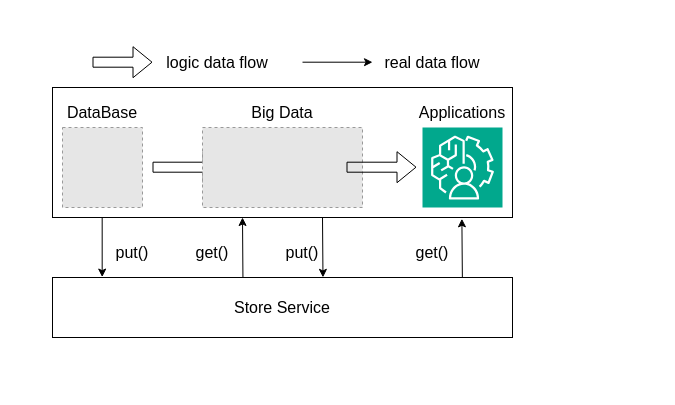
Before: 3m_paper/usecase.drawio in linqinluli/picture_draw, a draw.io diagram. Source tidied: cells renumbered, new cells numbered last; positions are measured from the earlier drawing's top-left corner, leaving out a move shared by most shapes. Both pictures are drawn from the tidied source at 100%, with x=0, y=0 at pixel (52, 47). Pictures stored in the file or linked from it are replaced by grey dashed boxes.
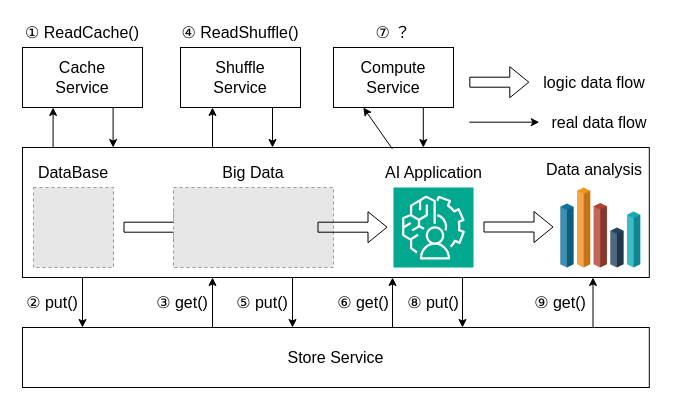
Above is the later version.

Diff of the diagram source:
```diff
@@
     <mxCell id="2" style="rounded=0;whiteSpace=wrap;html=1;" parent="1" vertex="1">
-      <mxGeometry y="40" width="460" height="130" as="geometry" />
+      <mxGeometry x="-30" y="100" width="626.8" height="130" as="geometry" />
     </mxCell>
     <mxCell id="3" style="shape=flexArrow;endArrow=classic;html=1;rounded=0;exitX=1;exitY=0.5;exitDx=0;exitDy=0;entryX=0;entryY=0.5;entryDx=0;entryDy=0;fontSize=16;" parent="1" edge="1">
       <mxGeometry relative="1" as="geometry">
-        <mxPoint x="100" y="119.7" as="sourcePoint" />
-        <mxPoint x="170" y="119.7" as="targetPoint" />
+        <mxPoint x="71" y="179.7" as="sourcePoint" />
+        <mxPoint x="141" y="179.7" as="targetPoint" />
       </mxGeometry>
     </mxCell>
     <mxCell id="4" style="fillColor=#E6E6E6;strokeColor=#999999;dashed=1;verticalLabelPosition=bottom;labelBackgroundColor=default;verticalAlign=top;fontSize=16;" parent="1" vertex="1">
-      <mxGeometry x="150" y="80" width="160" height="80" as="geometry" />
+      <mxGeometry x="121" y="140" width="160" height="80" as="geometry" />
     </mxCell>
     <mxCell id="5" style="sketch=0;fontColor=#232F3E;fillColor=#01A88D;strokeColor=#ffffff;dashed=0;verticalLabelPosition=bottom;verticalAlign=top;align=center;html=1;fontSize=16;fontStyle=0;shape=mxgraph.aws4.resourceIcon;resIcon=mxgraph.aws4.augmented_ai;" parent="1" vertex="1">
-      <mxGeometry x="370" y="80" width="80" height="80" as="geometry" />
+      <mxGeometry x="341" y="140" width="80" height="80" as="geometry" />
     </mxCell>
     <mxCell id="6" style="shape=flexArrow;endArrow=classic;html=1;rounded=0;exitX=1;exitY=0.5;exitDx=0;exitDy=0;fontSize=16;" parent="1" edge="1">
       <mxGeometry relative="1" as="geometry">
-        <mxPoint x="294" y="119.7" as="sourcePoint" />
-        <mxPoint x="364" y="119.7" as="targetPoint" />
+        <mxPoint x="265" y="179.7" as="sourcePoint" />
+        <mxPoint x="335" y="179.7" as="targetPoint" />
       </mxGeometry>
     </mxCell>
     <mxCell id="7" value="Store Service" style="rounded=0;whiteSpace=wrap;html=1;fontSize=16;" parent="1" vertex="1">
-      <mxGeometry y="230" width="460" height="60" as="geometry" />
+      <mxGeometry x="-30" y="280" width="626.8" height="60" as="geometry" />
     </mxCell>
     <mxCell id="8" style="fillColor=#E6E6E6;strokeColor=#999999;dashed=1;verticalLabelPosition=bottom;labelBackgroundColor=default;verticalAlign=top;fontSize=16;" parent="1" vertex="1">
-      <mxGeometry x="10" y="80" width="80" height="80" as="geometry" />
+      <mxGeometry x="-19" y="140" width="80" height="80" as="geometry" />
     </mxCell>
-    <mxCell id="9" style="endArrow=classic;html=1;rounded=0;exitX=0.108;exitY=1.001;exitDx=0;exitDy=0;entryX=0.108;entryY=-0.007;entryDx=0;entryDy=0;entryPerimeter=0;fontSize=16;exitPerimeter=0;" parent="1" edge="1" source="2" target="7">
-      <mxGeometry relative="1" as="geometry" />
+    <mxCell id="9" style="endArrow=classic;html=1;rounded=0;fontSize=16;" parent="1" edge="1">
+      <mxGeometry relative="1" as="geometry">
+        <mxPoint x="30" y="230" as="sourcePoint" />
+        <mxPoint x="30" y="280" as="targetPoint" />
+      </mxGeometry>
     </mxCell>
-    <mxCell id="10" style="endArrow=classic;html=1;rounded=0;exitX=0.414;exitY=-0.004;exitDx=0;exitDy=0;exitPerimeter=0;fontSize=16;" parent="1" edge="1" source="7">
+    <mxCell id="10" style="endArrow=classic;html=1;rounded=0;fontSize=16;" parent="1" edge="1">
       <mxGeometry relative="1" as="geometry">
-        <mxPoint x="190" y="170" as="targetPoint" />
+        <mxPoint x="160" y="280" as="sourcePoint" />
+        <mxPoint x="160" y="230" as="targetPoint" />
       </mxGeometry>
     </mxCell>
-    <mxCell id="11" style="endArrow=classic;html=1;rounded=0;entryX=0.588;entryY=-0.002;entryDx=0;entryDy=0;entryPerimeter=0;fontSize=16;" parent="1" edge="1" target="7">
+    <mxCell id="11" style="endArrow=classic;html=1;rounded=0;fontSize=16;" parent="1" edge="1">
       <mxGeometry relative="1" as="geometry">
-        <mxPoint x="270" y="170" as="sourcePoint" />
+        <mxPoint x="240" y="230" as="sourcePoint" />
+        <mxPoint x="240" y="280" as="targetPoint" />
       </mxGeometry>
     </mxCell>
-    <mxCell id="12" style="endArrow=classic;html=1;rounded=0;exitX=0.891;exitY=-0.005;exitDx=0;exitDy=0;exitPerimeter=0;entryX=0.89;entryY=1.01;entryDx=0;entryDy=0;entryPerimeter=0;fontSize=16;" parent="1" edge="1" source="7" target="2">
-      <mxGeometry relative="1" as="geometry" />
-    </mxCell>
-    <mxCell id="13" value="put()" style="text;html=1;align=center;verticalAlign=middle;whiteSpace=wrap;rounded=0;fontSize=16;" parent="1" vertex="1">
-      <mxGeometry x="50" y="190" width="60" height="30" as="geometry" />
+    <mxCell id="13" value="② put()" style="text;html=1;align=center;verticalAlign=middle;whiteSpace=wrap;rounded=0;fontSize=16;" parent="1" vertex="1">
+      <mxGeometry x="-30" y="240" width="60" height="30" as="geometry" />
     </mxCell>
-    <mxCell id="14" value="get()" style="text;html=1;align=center;verticalAlign=middle;whiteSpace=wrap;rounded=0;fontSize=16;" parent="1" vertex="1">
-      <mxGeometry x="130" y="190" width="60" height="30" as="geometry" />
+    <mxCell id="14" value="③ get()" style="text;html=1;align=center;verticalAlign=middle;whiteSpace=wrap;rounded=0;fontSize=16;" parent="1" vertex="1">
+      <mxGeometry x="100" y="240" width="60" height="30" as="geometry" />
     </mxCell>
-    <mxCell id="15" value="put()" style="text;html=1;align=center;verticalAlign=middle;whiteSpace=wrap;rounded=0;fontSize=16;" parent="1" vertex="1">
-      <mxGeometry x="220" y="190" width="60" height="30" as="geometry" />
+    <mxCell id="15" value="⑤ put()" style="text;html=1;align=center;verticalAlign=middle;whiteSpace=wrap;rounded=0;fontSize=16;" parent="1" vertex="1">
+      <mxGeometry x="180" y="240" width="60" height="30" as="geometry" />
     </mxCell>
-    <mxCell id="16" value="get()" style="text;html=1;align=center;verticalAlign=middle;whiteSpace=wrap;rounded=0;fontSize=16;" parent="1" vertex="1">
-      <mxGeometry x="350" y="190" width="60" height="30" as="geometry" />
+    <mxCell id="16" value="⑥ get()" style="text;html=1;align=center;verticalAlign=middle;whiteSpace=wrap;rounded=0;fontSize=16;" parent="1" vertex="1">
+      <mxGeometry x="281" y="240" width="60" height="30" as="geometry" />
     </mxCell>
     <mxCell id="17" value="DataBase" style="text;html=1;align=center;verticalAlign=middle;whiteSpace=wrap;rounded=0;fontSize=16;" parent="1" vertex="1">
-      <mxGeometry x="20" y="50" width="60" height="30" as="geometry" />
+      <mxGeometry x="-9" y="110" width="60" height="30" as="geometry" />
     </mxCell>
     <mxCell id="18" value="Big Data" style="text;html=1;align=center;verticalAlign=middle;whiteSpace=wrap;rounded=0;fontSize=16;" parent="1" vertex="1">
-      <mxGeometry x="195" y="50" width="70" height="30" as="geometry" />
+      <mxGeometry x="166" y="110" width="70" height="30" as="geometry" />
     </mxCell>
-    <mxCell id="19" value="Applications" style="text;html=1;align=center;verticalAlign=middle;whiteSpace=wrap;rounded=0;fontSize=16;" parent="1" vertex="1">
-      <mxGeometry x="380" y="50" width="60" height="30" as="geometry" />
+    <mxCell id="19" value="AI Application" style="text;html=1;align=center;verticalAlign=middle;whiteSpace=wrap;rounded=0;fontSize=16;" parent="1" vertex="1">
+      <mxGeometry x="327.8" y="110" width="106.8" height="30" as="geometry" />
     </mxCell>
     <mxCell id="20" style="shape=flexArrow;endArrow=classic;html=1;rounded=0;fontSize=16;" parent="1" edge="1">
       <mxGeometry relative="1" as="geometry">
-        <mxPoint x="40" y="14.7" as="sourcePoint" />
-        <mxPoint x="100" y="14.7" as="targetPoint" />
+        <mxPoint x="416.8" y="34.7" as="sourcePoint" />
+        <mxPoint x="476.8" y="34.7" as="targetPoint" />
       </mxGeometry>
     </mxCell>
     <mxCell id="21" value="logic data flow" style="text;html=1;align=center;verticalAlign=middle;whiteSpace=wrap;rounded=0;fontSize=16;" parent="1" vertex="1">
-      <mxGeometry x="110" width="110" height="30" as="geometry" />
+      <mxGeometry x="486.8" y="20" width="110" height="30" as="geometry" />
     </mxCell>
     <mxCell id="22" style="endArrow=classic;html=1;rounded=0;fontSize=16;" parent="1" edge="1">
       <mxGeometry relative="1" as="geometry">
-        <mxPoint x="250" y="14.7" as="sourcePoint" />
-        <mxPoint x="320" y="14.7" as="targetPoint" />
+        <mxPoint x="416.8" y="74.7" as="sourcePoint" />
+        <mxPoint x="486.8" y="74.7" as="targetPoint" />
       </mxGeometry>
     </mxCell>
     <mxCell id="23" value="real data flow" style="text;html=1;align=center;verticalAlign=middle;whiteSpace=wrap;rounded=0;fontSize=16;" parent="1" vertex="1">
-      <mxGeometry x="330" width="100" height="30" as="geometry" />
+      <mxGeometry x="496.8" y="60" width="100" height="30" as="geometry" />
     </mxCell>
+    <mxCell id="24" style="group;" parent="1" vertex="1">
+      <mxGeometry x="507.8" y="140" width="80" height="80" as="geometry" />
+    </mxCell>
+    <mxCell id="25" style="verticalLabelPosition=bottom;verticalAlign=top;html=1;shape=mxgraph.infographic.shadedCube;isoAngle=15;fillColor=#10739E;strokeColor=none;fontStyle=1;fontColor=#10739E;fontSize=12;shadow=0;" parent="24" vertex="1">
+      <mxGeometry y="16" width="13.3" height="64" as="geometry" />
+    </mxCell>
+    <mxCell id="26" style="verticalLabelPosition=bottom;verticalAlign=top;html=1;shape=mxgraph.infographic.shadedCube;isoAngle=15;fillColor=#F2931E;strokeColor=none;fontStyle=1;fontColor=#F2931E;fontSize=12;shadow=0;" parent="24" vertex="1">
+      <mxGeometry x="16.7" width="13.3" height="80" as="geometry" />
+    </mxCell>
+    <mxCell id="27" style="verticalLabelPosition=bottom;verticalAlign=top;html=1;shape=mxgraph.infographic.shadedCube;isoAngle=15;fillColor=#AE4132;strokeColor=none;fontStyle=1;fontColor=#AE4132;fontSize=12;shadow=0;" parent="24" vertex="1">
+      <mxGeometry x="33.3" y="15.5" width="13.3" height="64.5" as="geometry" />
+    </mxCell>
+    <mxCell id="28" style="verticalLabelPosition=bottom;verticalAlign=top;html=1;shape=mxgraph.infographic.shadedCube;isoAngle=15;fillColor=#23445D;strokeColor=none;fontStyle=1;fontColor=#23445D;fontSize=12;shadow=0;" parent="24" vertex="1">
+      <mxGeometry x="50" y="40" width="13.3" height="40" as="geometry" />
+    </mxCell>
+    <mxCell id="29" style="verticalLabelPosition=bottom;verticalAlign=top;html=1;shape=mxgraph.infographic.shadedCube;isoAngle=15;fillColor=#12AAB5;strokeColor=none;fontStyle=1;fontColor=#12AAB5;fontSize=12;shadow=0;" parent="24" vertex="1">
+      <mxGeometry x="66.7" y="24" width="13.3" height="56" as="geometry" />
+    </mxCell>
+    <mxCell id="30" value="Data analysis" style="text;html=1;align=center;verticalAlign=middle;whiteSpace=wrap;rounded=0;fontSize=16;" parent="1" vertex="1">
+      <mxGeometry x="477.8" y="110" width="127.8" height="24" as="geometry" />
+    </mxCell>
+    <mxCell id="31" style="shape=flexArrow;endArrow=classic;html=1;rounded=0;exitX=1;exitY=0.5;exitDx=0;exitDy=0;fontSize=16;" parent="1" edge="1">
+      <mxGeometry relative="1" as="geometry">
+        <mxPoint x="431" y="179.5" as="sourcePoint" />
+        <mxPoint x="501" y="179.5" as="targetPoint" />
+      </mxGeometry>
+    </mxCell>
+    <mxCell id="32" style="endArrow=classic;html=1;rounded=0;fontSize=16;" parent="1" edge="1">
+      <mxGeometry relative="1" as="geometry">
+        <mxPoint x="340" y="280" as="sourcePoint" />
+        <mxPoint x="340" y="230" as="targetPoint" />
+      </mxGeometry>
+    </mxCell>
+    <mxCell id="33" style="endArrow=classic;html=1;rounded=0;fontSize=16;" parent="1" edge="1">
+      <mxGeometry relative="1" as="geometry">
+        <mxPoint x="410" y="230" as="sourcePoint" />
+        <mxPoint x="410" y="280" as="targetPoint" />
+      </mxGeometry>
+    </mxCell>
+    <mxCell id="34" value="⑧ put()" style="text;html=1;align=center;verticalAlign=middle;whiteSpace=wrap;rounded=0;fontSize=16;" parent="1" vertex="1">
+      <mxGeometry x="351.1" y="240" width="60" height="30" as="geometry" />
+    </mxCell>
+    <mxCell id="35" style="endArrow=classic;html=1;rounded=0;fontSize=16;" parent="1" edge="1">
+      <mxGeometry relative="1" as="geometry">
+        <mxPoint x="540.5" y="280" as="sourcePoint" />
+        <mxPoint x="540.5" y="230" as="targetPoint" />
+      </mxGeometry>
+    </mxCell>
+    <mxCell id="36" value="⑨ get()" style="text;html=1;align=center;verticalAlign=middle;whiteSpace=wrap;rounded=0;fontSize=16;" parent="1" vertex="1">
+      <mxGeometry x="477.8" y="240" width="60" height="30" as="geometry" />
+    </mxCell>
+    <mxCell id="37" value="Cache&lt;div&gt;Service&lt;/div&gt;" style="rounded=0;whiteSpace=wrap;html=1;fontSize=16;" parent="1" vertex="1">
+      <mxGeometry x="-30" width="120" height="60" as="geometry" />
+    </mxCell>
+    <mxCell id="38" style="endArrow=classic;html=1;rounded=0;fontSize=16;" parent="1" edge="1">
+      <mxGeometry relative="1" as="geometry">
+        <mxPoint x="160" y="100" as="sourcePoint" />
+        <mxPoint x="160" y="60" as="targetPoint" />
+      </mxGeometry>
+    </mxCell>
+    <mxCell id="39" value="Shuffle&lt;div&gt;Service&lt;/div&gt;" style="rounded=0;whiteSpace=wrap;html=1;fontSize=16;" parent="1" vertex="1">
+      <mxGeometry x="128" width="120" height="60" as="geometry" />
+    </mxCell>
+    <mxCell id="40" value="Compute Service" style="rounded=0;whiteSpace=wrap;html=1;fontSize=16;" parent="1" vertex="1">
+      <mxGeometry x="281" width="120" height="60" as="geometry" />
+    </mxCell>
+    <mxCell id="41" value="① ReadCache()" style="text;html=1;align=center;verticalAlign=middle;whiteSpace=wrap;rounded=0;fontSize=16;" parent="1" vertex="1">
+      <mxGeometry x="-35" y="-30" width="130" height="30" as="geometry" />
+    </mxCell>
+    <mxCell id="42" value="④ ReadShuffle()" style="text;html=1;align=center;verticalAlign=middle;whiteSpace=wrap;rounded=0;fontSize=16;" parent="1" vertex="1">
+      <mxGeometry x="121" y="-30" width="134" height="30" as="geometry" />
+    </mxCell>
+    <mxCell id="43" value="⑦ ？" style="text;html=1;align=center;verticalAlign=middle;whiteSpace=wrap;rounded=0;fontSize=16;" parent="1" vertex="1">
+      <mxGeometry x="271" y="-30" width="140" height="30" as="geometry" />
+    </mxCell>
+    <mxCell id="44" style="endArrow=classic;html=1;rounded=0;fontSize=16;" parent="1" edge="1">
+      <mxGeometry relative="1" as="geometry">
+        <mxPoint x="220" y="60" as="sourcePoint" />
+        <mxPoint x="220" y="100" as="targetPoint" />
+      </mxGeometry>
+    </mxCell>
+    <mxCell id="45" style="endArrow=classic;html=1;rounded=0;fontSize=16;" parent="1" edge="1">
+      <mxGeometry relative="1" as="geometry">
+        <mxPoint x="0.6" y="100" as="sourcePoint" />
+        <mxPoint x="0.6" y="60" as="targetPoint" />
+      </mxGeometry>
+    </mxCell>
+    <mxCell id="46" style="endArrow=classic;html=1;rounded=0;fontSize=16;" parent="1" edge="1">
+      <mxGeometry relative="1" as="geometry">
+        <mxPoint x="60.6" y="60" as="sourcePoint" />
+        <mxPoint x="60.6" y="100" as="targetPoint" />
+      </mxGeometry>
+    </mxCell>
+    <mxCell id="47" style="endArrow=classic;html=1;rounded=0;fontSize=16;exitX=0.59;exitY=0.01;exitDx=0;exitDy=0;exitPerimeter=0;" parent="1" edge="1" source="2">
+      <mxGeometry relative="1" as="geometry">
+        <mxPoint x="310.8" y="60" as="targetPoint" />
+      </mxGeometry>
+    </mxCell>
+    <mxCell id="48" style="endArrow=classic;html=1;rounded=0;fontSize=16;" parent="1" edge="1">
+      <mxGeometry relative="1" as="geometry">
+        <mxPoint x="370.8" y="60" as="sourcePoint" />
+        <mxPoint x="370.8" y="100" as="targetPoint" />
+      </mxGeometry>
+    </mxCell>
```
